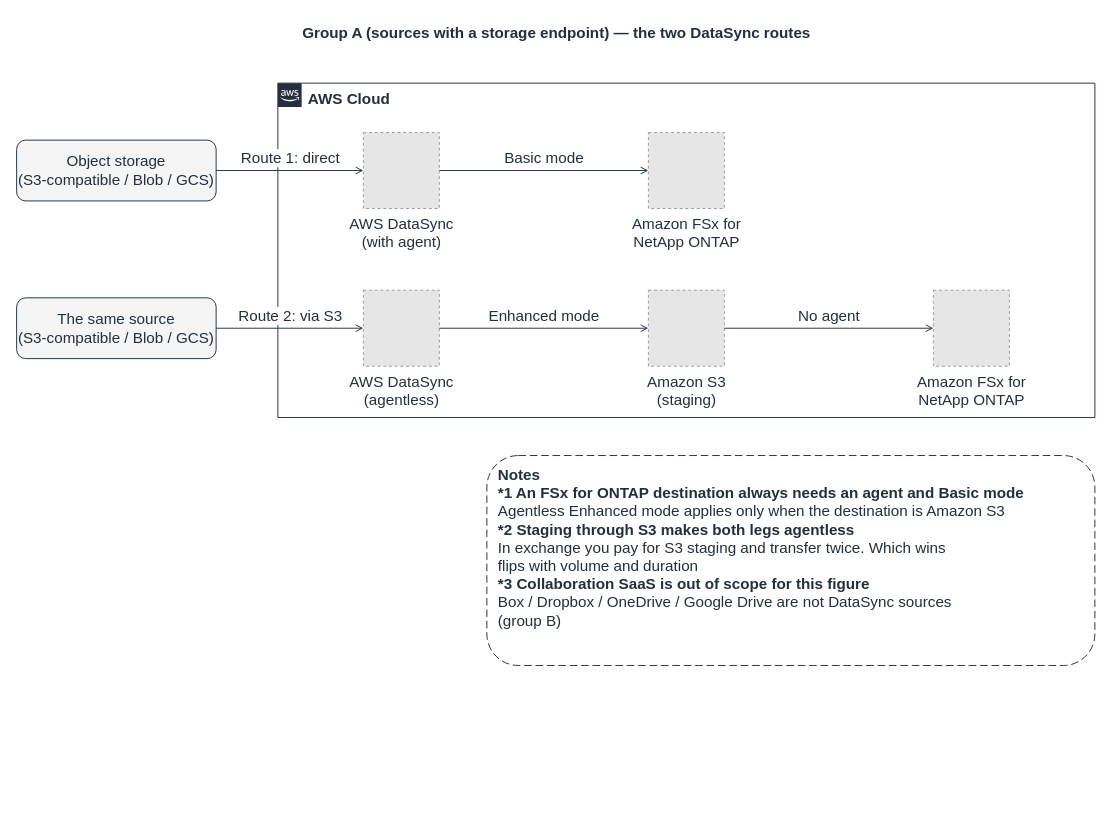
Yoshiki0705/FSx-for-ONTAP-S3AccessPoints-Serverless-Patterns keeps this draw.io diagram as docs/diagrams/saas-migration-group-a-routes-en.drawio. Above is the earlier version. Source tidied: cells renumbered, new cells numbered last; positions are measured from the earlier drawing's top-left corner, leaving out a move shared by most shapes. Both pictures are drawn from the tidied source at 95%, with x=0, y=0 at pixel (16, 16). Pictures stored in the file or linked from it are replaced by grey dashed boxes.
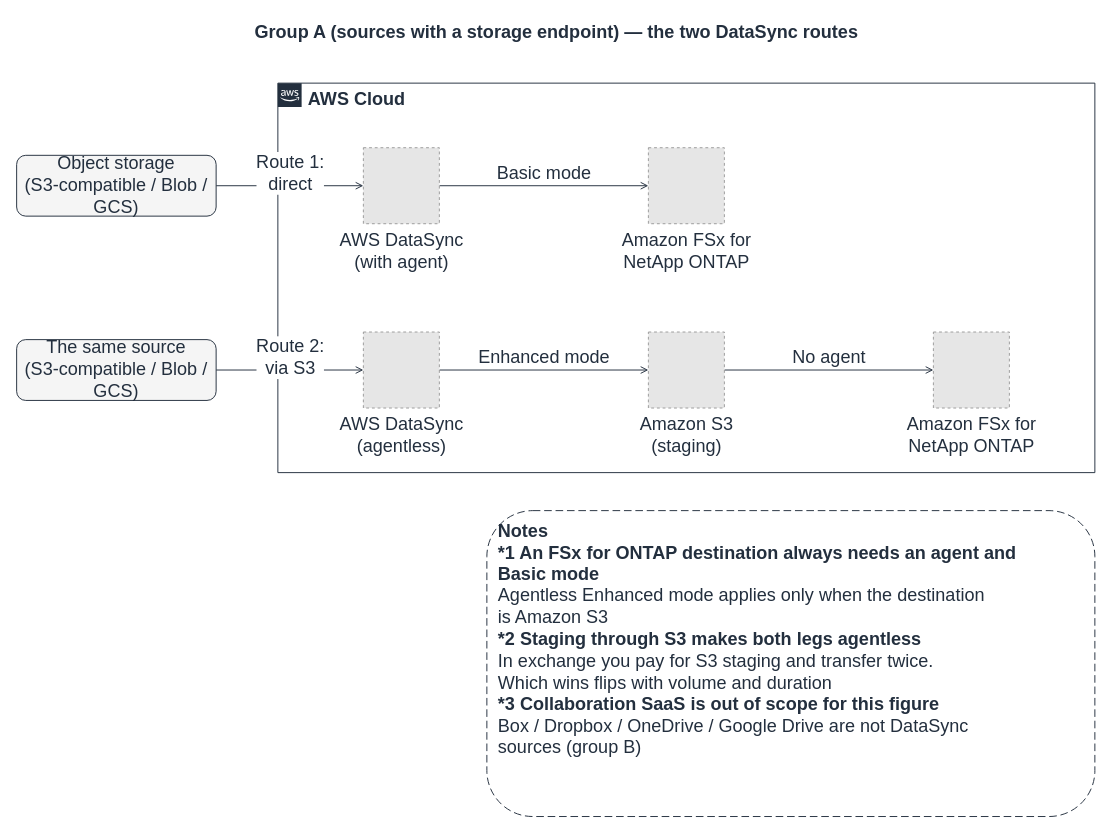
The same diagram, later.

The edit, as a diff of the source:
```diff
@@
-    <mxCell id="2" value="Group A (sources with a storage endpoint) — the two DataSync routes" style="text;html=1;align=center;verticalAlign=middle;fontSize=16;fontStyle=1;fontColor=#232F3E;" parent="1" vertex="1">
+    <mxCell id="2" value="Group A (sources with a storage endpoint) — the two DataSync routes" style="text;html=1;align=center;verticalAlign=middle;fontSize=19;fontStyle=1;fontColor=#232F3E;" parent="1" vertex="1">
       <mxGeometry width="1135" height="34" as="geometry" />
     </mxCell>
-    <mxCell id="3" value="AWS Cloud" style="gradientColor=none;html=1;whiteSpace=wrap;fontSize=16;fontStyle=1;shape=mxgraph.aws4.group;grIcon=mxgraph.aws4.group_aws_cloud_alt;strokeColor=#232F3E;fillColor=none;verticalAlign=top;align=left;spacingLeft=30;fontColor=#232F3E;dashed=0;" parent="1" vertex="1">
-      <mxGeometry x="275" y="70" width="860" height="352" as="geometry" />
+    <mxCell id="3" value="AWS Cloud" style="gradientColor=none;html=1;whiteSpace=wrap;fontSize=19;fontStyle=1;shape=mxgraph.aws4.group;grIcon=mxgraph.aws4.group_aws_cloud_alt;strokeColor=#232F3E;fillColor=none;verticalAlign=top;align=left;spacingLeft=30;fontColor=#232F3E;dashed=0;" parent="1" vertex="1">
+      <mxGeometry x="275" y="70" width="860" height="410" as="geometry" />
     </mxCell>
+    <mxCell id="11" value="Route 1:&lt;br&gt;direct" style="edgeStyle=orthogonalEdgeStyle;rounded=0;jettySize=auto;html=1;endArrow=open;endFill=0;strokeColor=#232F3E;strokeWidth=1;fontSize=19;fontColor=#232F3E;labelBackgroundColor=#ffffff;" parent="1" edge="1" source="4" target="5">
+      <mxGeometry relative="1" as="geometry">
+        <mxPoint y="-13" as="offset" />
+      </mxGeometry>
+    </mxCell>
+    <mxCell id="12" value="Basic mode" style="edgeStyle=orthogonalEdgeStyle;rounded=0;jettySize=auto;html=1;endArrow=open;endFill=0;strokeColor=#232F3E;strokeWidth=1;fontSize=19;fontColor=#232F3E;labelBackgroundColor=#ffffff;" parent="1" edge="1" source="5" target="6">
+      <mxGeometry relative="1" as="geometry">
+        <mxPoint y="-13" as="offset" />
+      </mxGeometry>
+    </mxCell>
+    <mxCell id="13" value="Route 2:&lt;br&gt;via S3" style="edgeStyle=orthogonalEdgeStyle;rounded=0;jettySize=auto;html=1;endArrow=open;endFill=0;strokeColor=#232F3E;strokeWidth=1;fontSize=19;fontColor=#232F3E;labelBackgroundColor=#ffffff;" parent="1" edge="1" source="7" target="8">
+      <mxGeometry relative="1" as="geometry">
+        <mxPoint y="-13" as="offset" />
+      </mxGeometry>
+    </mxCell>
+    <mxCell id="14" value="Enhanced mode" style="edgeStyle=orthogonalEdgeStyle;rounded=0;jettySize=auto;html=1;endArrow=open;endFill=0;strokeColor=#232F3E;strokeWidth=1;fontSize=19;fontColor=#232F3E;labelBackgroundColor=#ffffff;" parent="1" edge="1" source="8" target="9">
+      <mxGeometry relative="1" as="geometry">
+        <mxPoint y="-13" as="offset" />
+      </mxGeometry>
+    </mxCell>
+    <mxCell id="15" value="No agent" style="edgeStyle=orthogonalEdgeStyle;rounded=0;jettySize=auto;html=1;endArrow=open;endFill=0;strokeColor=#232F3E;strokeWidth=1;fontSize=19;fontColor=#232F3E;labelBackgroundColor=#ffffff;" parent="1" edge="1" source="9" target="10">
+      <mxGeometry relative="1" as="geometry">
+        <mxPoint y="-13" as="offset" />
+      </mxGeometry>
+    </mxCell>
-    <mxCell id="4" value="Object storage&lt;br&gt;(S3-compatible / Blob / GCS)" style="rounded=1;whiteSpace=wrap;html=1;dashed=0;strokeColor=#232F3E;fillColor=#F5F5F5;align=center;verticalAlign=middle;fontSize=16;fontColor=#232F3E;" parent="1" vertex="1">
-      <mxGeometry y="130" width="210" height="64" as="geometry" />
+    <mxCell id="4" value="Object storage&lt;br&gt;(S3-compatible / Blob / GCS)" style="rounded=1;whiteSpace=wrap;html=1;dashed=0;strokeColor=#232F3E;fillColor=#F5F5F5;align=center;verticalAlign=middle;fontSize=19;fontColor=#232F3E;" parent="1" vertex="1">
+      <mxGeometry y="146" width="210" height="64" as="geometry" />
     </mxCell>
-    <mxCell id="5" value="AWS DataSync&lt;br&gt;(with agent)" style="fillColor=#E6E6E6;strokeColor=#999999;dashed=1;html=1;verticalLabelPosition=bottom;verticalAlign=top;labelPosition=center;align=center;fontSize=16;fontColor=#232F3E;" parent="1" vertex="1">
-      <mxGeometry x="365" y="122" width="80" height="80" as="geometry" />
+    <mxCell id="5" value="AWS DataSync&lt;br&gt;(with agent)" style="fillColor=#E6E6E6;strokeColor=#999999;dashed=1;html=1;verticalLabelPosition=bottom;verticalAlign=top;labelPosition=center;align=center;fontSize=19;fontColor=#232F3E;labelBackgroundColor=#FFFFFF;" parent="1" vertex="1">
+      <mxGeometry x="365" y="138" width="80" height="80" as="geometry" />
     </mxCell>
-    <mxCell id="6" value="Amazon FSx for&lt;br&gt;NetApp ONTAP" style="fillColor=#E6E6E6;strokeColor=#999999;dashed=1;html=1;verticalLabelPosition=bottom;verticalAlign=top;labelPosition=center;align=center;fontSize=16;fontColor=#232F3E;" parent="1" vertex="1">
-      <mxGeometry x="665" y="122" width="80" height="80" as="geometry" />
+    <mxCell id="6" value="Amazon FSx for&lt;br&gt;NetApp ONTAP" style="fillColor=#E6E6E6;strokeColor=#999999;dashed=1;html=1;verticalLabelPosition=bottom;verticalAlign=top;labelPosition=center;align=center;fontSize=19;fontColor=#232F3E;labelBackgroundColor=#FFFFFF;" parent="1" vertex="1">
+      <mxGeometry x="665" y="138" width="80" height="80" as="geometry" />
     </mxCell>
-    <mxCell id="7" value="The same source&lt;br&gt;(S3-compatible / Blob / GCS)" style="rounded=1;whiteSpace=wrap;html=1;dashed=0;strokeColor=#232F3E;fillColor=#F5F5F5;align=center;verticalAlign=middle;fontSize=16;fontColor=#232F3E;" parent="1" vertex="1">
-      <mxGeometry y="296" width="210" height="64" as="geometry" />
+    <mxCell id="7" value="The same source&lt;br&gt;(S3-compatible / Blob / GCS)" style="rounded=1;whiteSpace=wrap;html=1;dashed=0;strokeColor=#232F3E;fillColor=#F5F5F5;align=center;verticalAlign=middle;fontSize=19;fontColor=#232F3E;" parent="1" vertex="1">
+      <mxGeometry y="340" width="210" height="64" as="geometry" />
     </mxCell>
-    <mxCell id="8" value="AWS DataSync&lt;br&gt;(agentless)" style="fillColor=#E6E6E6;strokeColor=#999999;dashed=1;html=1;verticalLabelPosition=bottom;verticalAlign=top;labelPosition=center;align=center;fontSize=16;fontColor=#232F3E;" parent="1" vertex="1">
-      <mxGeometry x="365" y="288" width="80" height="80" as="geometry" />
+    <mxCell id="8" value="AWS DataSync&lt;br&gt;(agentless)" style="fillColor=#E6E6E6;strokeColor=#999999;dashed=1;html=1;verticalLabelPosition=bottom;verticalAlign=top;labelPosition=center;align=center;fontSize=19;fontColor=#232F3E;labelBackgroundColor=#FFFFFF;" parent="1" vertex="1">
+      <mxGeometry x="365" y="332" width="80" height="80" as="geometry" />
     </mxCell>
-    <mxCell id="9" value="Amazon S3&lt;br&gt;(staging)" style="fillColor=#E6E6E6;strokeColor=#999999;dashed=1;html=1;verticalLabelPosition=bottom;verticalAlign=top;labelPosition=center;align=center;fontSize=16;fontColor=#232F3E;" parent="1" vertex="1">
-      <mxGeometry x="665" y="288" width="80" height="80" as="geometry" />
+    <mxCell id="9" value="Amazon S3&lt;br&gt;(staging)" style="fillColor=#E6E6E6;strokeColor=#999999;dashed=1;html=1;verticalLabelPosition=bottom;verticalAlign=top;labelPosition=center;align=center;fontSize=19;fontColor=#232F3E;labelBackgroundColor=#FFFFFF;" parent="1" vertex="1">
+      <mxGeometry x="665" y="332" width="80" height="80" as="geometry" />
     </mxCell>
-    <mxCell id="10" value="Amazon FSx for&lt;br&gt;NetApp ONTAP" style="fillColor=#E6E6E6;strokeColor=#999999;dashed=1;html=1;verticalLabelPosition=bottom;verticalAlign=top;labelPosition=center;align=center;fontSize=16;fontColor=#232F3E;" parent="1" vertex="1">
-      <mxGeometry x="965" y="288" width="80" height="80" as="geometry" />
+    <mxCell id="10" value="Amazon FSx for&lt;br&gt;NetApp ONTAP" style="fillColor=#E6E6E6;strokeColor=#999999;dashed=1;html=1;verticalLabelPosition=bottom;verticalAlign=top;labelPosition=center;align=center;fontSize=19;fontColor=#232F3E;labelBackgroundColor=#FFFFFF;" parent="1" vertex="1">
+      <mxGeometry x="965" y="332" width="80" height="80" as="geometry" />
     </mxCell>
-    <mxCell id="11" value="Route 1: direct" style="edgeStyle=orthogonalEdgeStyle;rounded=0;jettySize=auto;html=1;endArrow=open;endFill=0;strokeColor=#232F3E;strokeWidth=1;fontSize=16;fontColor=#232F3E;labelBackgroundColor=#ffffff;" parent="1" edge="1" source="4" target="5">
-      <mxGeometry relative="1" as="geometry">
-        <mxPoint y="-13" as="offset" />
-      </mxGeometry>
-    </mxCell>
-    <mxCell id="12" value="Basic mode" style="edgeStyle=orthogonalEdgeStyle;rounded=0;jettySize=auto;html=1;endArrow=open;endFill=0;strokeColor=#232F3E;strokeWidth=1;fontSize=16;fontColor=#232F3E;labelBackgroundColor=#ffffff;" parent="1" edge="1" source="5" target="6">
-      <mxGeometry relative="1" as="geometry">
-        <mxPoint y="-13" as="offset" />
-      </mxGeometry>
-    </mxCell>
-    <mxCell id="13" value="Route 2: via S3" style="edgeStyle=orthogonalEdgeStyle;rounded=0;jettySize=auto;html=1;endArrow=open;endFill=0;strokeColor=#232F3E;strokeWidth=1;fontSize=16;fontColor=#232F3E;labelBackgroundColor=#ffffff;" parent="1" edge="1" source="7" target="8">
-      <mxGeometry relative="1" as="geometry">
-        <mxPoint y="-13" as="offset" />
-      </mxGeometry>
-    </mxCell>
-    <mxCell id="14" value="Enhanced mode" style="edgeStyle=orthogonalEdgeStyle;rounded=0;jettySize=auto;html=1;endArrow=open;endFill=0;strokeColor=#232F3E;strokeWidth=1;fontSize=16;fontColor=#232F3E;labelBackgroundColor=#ffffff;" parent="1" edge="1" source="8" target="9">
-      <mxGeometry relative="1" as="geometry">
-        <mxPoint y="-13" as="offset" />
-      </mxGeometry>
-    </mxCell>
-    <mxCell id="15" value="No agent" style="edgeStyle=orthogonalEdgeStyle;rounded=0;jettySize=auto;html=1;endArrow=open;endFill=0;strokeColor=#232F3E;strokeWidth=1;fontSize=16;fontColor=#232F3E;labelBackgroundColor=#ffffff;" parent="1" edge="1" source="9" target="10">
-      <mxGeometry relative="1" as="geometry">
-        <mxPoint y="-13" as="offset" />
-      </mxGeometry>
-    </mxCell>
-    <mxCell id="16" value="&lt;b&gt;Notes&lt;/b&gt;&lt;br&gt;&lt;b&gt;*1 An FSx for ONTAP destination always needs an agent and Basic mode&lt;/b&gt;&lt;br&gt;Agentless Enhanced mode applies only when the destination is Amazon S3&lt;br&gt;&lt;b&gt;*2 Staging through S3 makes both legs agentless&lt;/b&gt;&lt;br&gt;In exchange you pay for S3 staging and transfer twice. Which wins&lt;br&gt;flips with volume and duration&lt;br&gt;&lt;b&gt;*3 Collaboration SaaS is out of scope for this figure&lt;/b&gt;&lt;br&gt;Box / Dropbox / OneDrive / Google Drive are not DataSync sources&lt;br&gt;(group B)" style="rounded=1;whiteSpace=wrap;html=1;dashed=1;dashPattern=8 4;strokeColor=#232F3E;fillColor=#FFFFFF;align=left;verticalAlign=top;spacingLeft=10;spacingTop=4;fontSize=16;fontColor=#232F3E;" parent="1" vertex="1">
-      <mxGeometry x="495" y="462" width="640" height="221" as="geometry" />
+    <mxCell id="16" value="&lt;b&gt;Notes&lt;/b&gt;&lt;br&gt;&lt;b&gt;*1 An FSx for ONTAP destination always needs an agent and&lt;/b&gt;&lt;br&gt;&lt;b&gt;Basic mode&lt;/b&gt;&lt;br&gt;Agentless Enhanced mode applies only when the destination&lt;br&gt;is Amazon S3&lt;br&gt;&lt;b&gt;*2 Staging through S3 makes both legs agentless&lt;/b&gt;&lt;br&gt;In exchange you pay for S3 staging and transfer twice.&lt;br&gt;Which wins flips with volume and duration&lt;br&gt;&lt;b&gt;*3 Collaboration SaaS is out of scope for this figure&lt;/b&gt;&lt;br&gt;Box / Dropbox / OneDrive / Google Drive are not DataSync&lt;br&gt;sources (group B)" style="rounded=1;whiteSpace=wrap;html=1;dashed=1;dashPattern=8 4;strokeColor=#232F3E;fillColor=#FFFFFF;align=left;verticalAlign=top;spacingLeft=10;spacingTop=4;fontSize=19;fontColor=#232F3E;" parent="1" vertex="1">
+      <mxGeometry x="495" y="520" width="640" height="322" as="geometry" />
     </mxCell>
```
